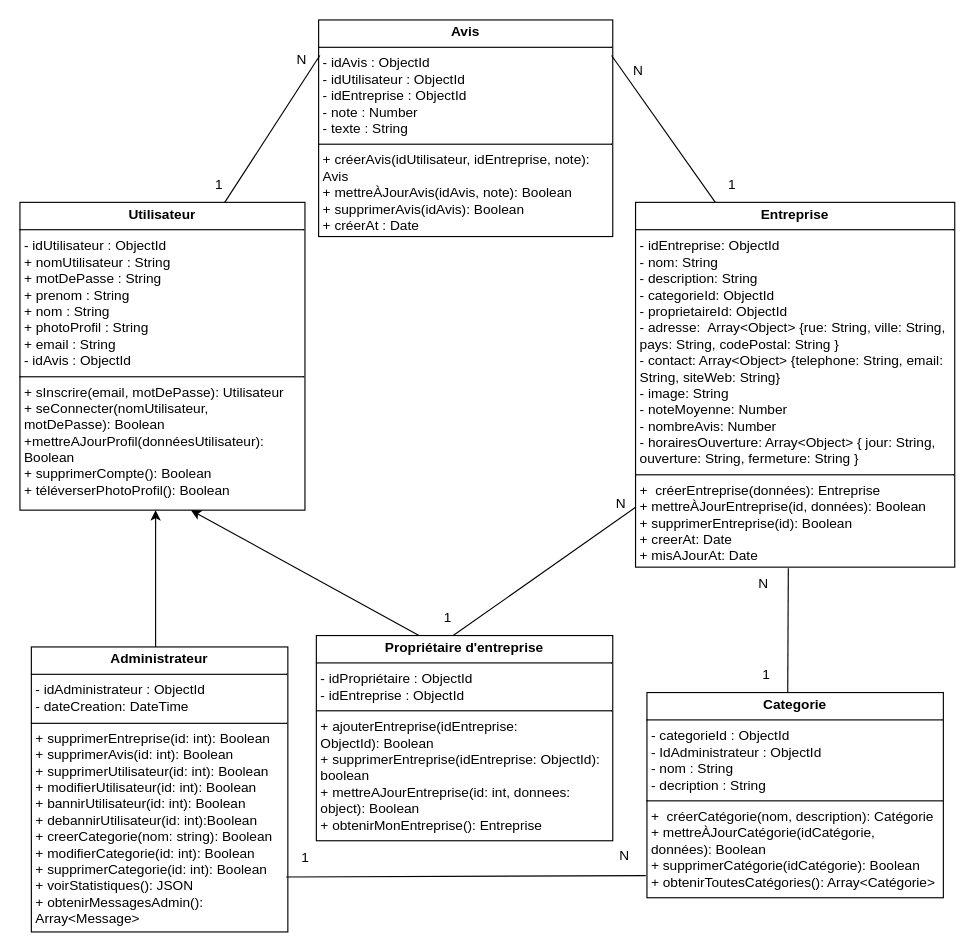
Earlier version of the draw.io diagram classdernier.drawio.drawio (Rahma3-sys/Searchgi). Source tidied: cells renumbered, new cells numbered last; positions are measured from the earlier drawing's top-left corner, leaving out a move shared by most shapes. Both pictures are drawn from the tidied source at 114%, with x=0, y=0 at pixel (19, 19).
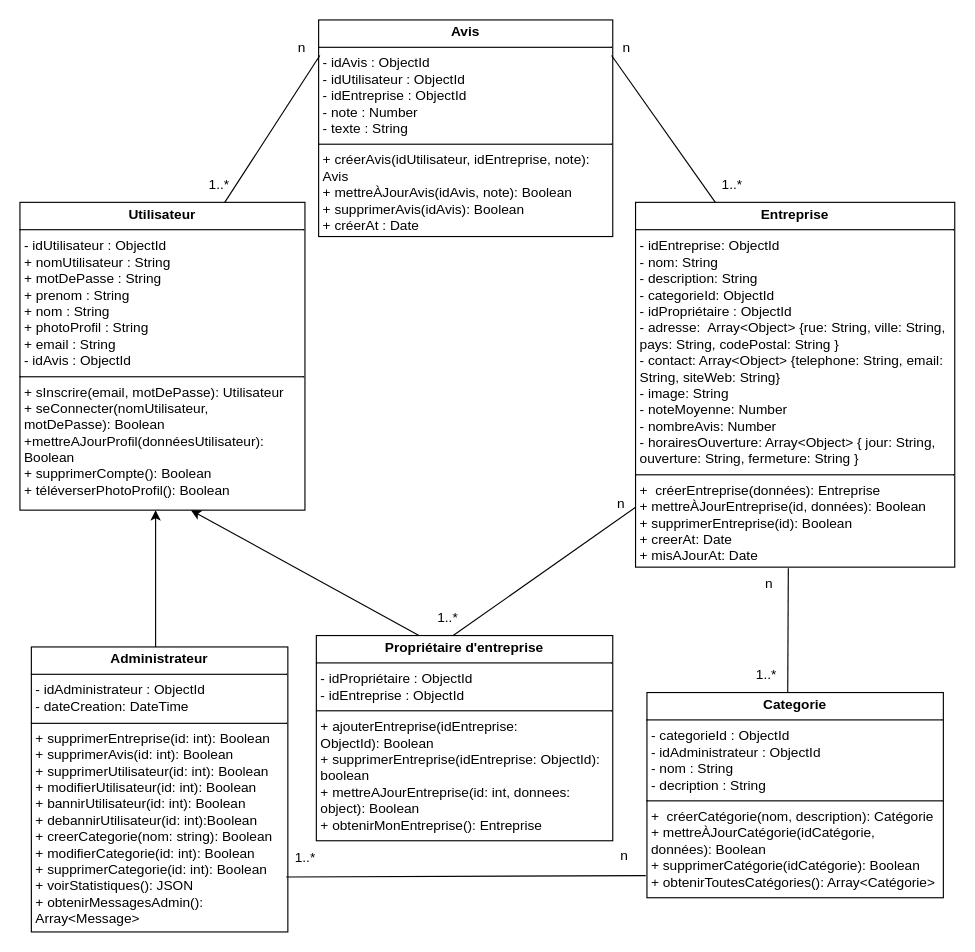
Above is the later version.

Commit message:
Mettre à jour classdernier.drawio.drawio

Change to the diagram source:
```diff
@@
-    <mxCell id="4" value="&lt;p style=&quot;margin:0px;margin-top:4px;text-align:center;&quot;&gt;&lt;b&gt;Categorie&lt;/b&gt;&lt;/p&gt;&lt;hr size=&quot;1&quot; style=&quot;border-style:solid;&quot;&gt;&lt;p style=&quot;margin:0px;margin-left:4px;&quot;&gt;- categorieId : ObjectId&lt;/p&gt;&lt;p style=&quot;margin:0px;margin-left:4px;&quot;&gt;-&amp;nbsp;&lt;span style=&quot;background-color: transparent; color: light-dark(rgb(0, 0, 0), rgb(255, 255, 255));&quot;&gt;IdA&lt;/span&gt;&lt;span style=&quot;background-color: transparent; color: light-dark(rgb(0, 0, 0), rgb(255, 255, 255));&quot;&gt;dministrateur : ObjectId&lt;/span&gt;&lt;/p&gt;&lt;p style=&quot;margin:0px;margin-left:4px;&quot;&gt;- nom : String&amp;nbsp;&lt;/p&gt;&lt;p style=&quot;margin:0px;margin-left:4px;&quot;&gt;- decription : String&amp;nbsp;&lt;/p&gt;&lt;hr size=&quot;1&quot; style=&quot;border-style:solid;&quot;&gt;&lt;p style=&quot;margin:0px;margin-left:4px;&quot;&gt;+&amp;nbsp;&lt;span style=&quot;background-color: transparent;&quot;&gt;&amp;nbsp;créerCatégorie(nom, description): Catégorie&lt;/span&gt;&lt;/p&gt;&lt;p style=&quot;margin:0px;margin-left:4px;&quot;&gt;+ mettreÀJourCatégorie(idCatégorie, données):&amp;nbsp;&lt;span style=&quot;background-color: transparent; color: light-dark(rgb(0, 0, 0), rgb(255, 255, 255));&quot;&gt;Boolean&amp;nbsp;&amp;nbsp;&lt;/span&gt;&lt;/p&gt;&lt;p style=&quot;margin:0px;margin-left:4px;&quot;&gt;+ supprimerCatégorie(idCatégorie):&amp;nbsp;&lt;span style=&quot;background-color: transparent; color: light-dark(rgb(0, 0, 0), rgb(255, 255, 255));&quot;&gt;Boolean&amp;nbsp;&amp;nbsp;&lt;/span&gt;&lt;/p&gt;&lt;p style=&quot;margin:0px;margin-left:4px;&quot;&gt;+ obtenirToutesCatégories(): Array&amp;lt;Catégorie&amp;gt;&lt;/p&gt;" style="verticalAlign=top;align=left;overflow=fill;html=1;whiteSpace=wrap;" parent="1" vertex="1">
+    <mxCell id="4" value="&lt;p style=&quot;margin:0px;margin-top:4px;text-align:center;&quot;&gt;&lt;b&gt;Categorie&lt;/b&gt;&lt;/p&gt;&lt;hr size=&quot;1&quot; style=&quot;border-style:solid;&quot;&gt;&lt;p style=&quot;margin:0px;margin-left:4px;&quot;&gt;- categorieId : ObjectId&lt;/p&gt;&lt;p style=&quot;margin:0px;margin-left:4px;&quot;&gt;- i&lt;span style=&quot;background-color: transparent; color: light-dark(rgb(0, 0, 0), rgb(255, 255, 255));&quot;&gt;dA&lt;/span&gt;&lt;span style=&quot;background-color: transparent; color: light-dark(rgb(0, 0, 0), rgb(255, 255, 255));&quot;&gt;dministrateur : ObjectId&lt;/span&gt;&lt;/p&gt;&lt;p style=&quot;margin:0px;margin-left:4px;&quot;&gt;- nom : String&amp;nbsp;&lt;/p&gt;&lt;p style=&quot;margin:0px;margin-left:4px;&quot;&gt;- decription : String&amp;nbsp;&lt;/p&gt;&lt;hr size=&quot;1&quot; style=&quot;border-style:solid;&quot;&gt;&lt;p style=&quot;margin:0px;margin-left:4px;&quot;&gt;+&amp;nbsp;&lt;span style=&quot;background-color: transparent;&quot;&gt;&amp;nbsp;créerCatégorie(nom, description): Catégorie&lt;/span&gt;&lt;/p&gt;&lt;p style=&quot;margin:0px;margin-left:4px;&quot;&gt;+ mettreÀJourCatégorie(idCatégorie, données):&amp;nbsp;&lt;span style=&quot;background-color: transparent; color: light-dark(rgb(0, 0, 0), rgb(255, 255, 255));&quot;&gt;Boolean&amp;nbsp;&amp;nbsp;&lt;/span&gt;&lt;/p&gt;&lt;p style=&quot;margin:0px;margin-left:4px;&quot;&gt;+ supprimerCatégorie(idCatégorie):&amp;nbsp;&lt;span style=&quot;background-color: transparent; color: light-dark(rgb(0, 0, 0), rgb(255, 255, 255));&quot;&gt;Boolean&amp;nbsp;&amp;nbsp;&lt;/span&gt;&lt;/p&gt;&lt;p style=&quot;margin:0px;margin-left:4px;&quot;&gt;+ obtenirToutesCatégories(): Array&amp;lt;Catégorie&amp;gt;&lt;/p&gt;" style="verticalAlign=top;align=left;overflow=fill;html=1;whiteSpace=wrap;" parent="1" vertex="1">
       <mxGeometry x="550" y="590" width="260" height="180" as="geometry" />
     </mxCell>
-    <mxCell id="5" value="&lt;p style=&quot;margin:0px;margin-top:4px;text-align:center;&quot;&gt;&lt;b&gt;Entreprise&lt;/b&gt;&lt;/p&gt;&lt;hr size=&quot;1&quot; style=&quot;border-style:solid;&quot;&gt;&lt;p style=&quot;margin:0px;margin-left:4px;&quot;&gt;&lt;span style=&quot;background-color: transparent;&quot;&gt;- idEntreprise: ObjectId&amp;nbsp; &amp;nbsp; &amp;nbsp; &amp;nbsp; &amp;nbsp; &amp;nbsp; &amp;nbsp; &amp;nbsp;&amp;nbsp;&lt;/span&gt;&lt;/p&gt;&lt;p style=&quot;margin:0px;margin-left:4px;&quot;&gt;- nom: String&amp;nbsp; &amp;nbsp; &amp;nbsp; &amp;nbsp; &amp;nbsp; &amp;nbsp; &amp;nbsp; &amp;nbsp; &amp;nbsp;&amp;nbsp;&lt;/p&gt;&lt;p style=&quot;margin:0px;margin-left:4px;&quot;&gt;- description: String&amp;nbsp; &amp;nbsp; &amp;nbsp; &amp;nbsp; &amp;nbsp;&amp;nbsp;&lt;/p&gt;&lt;p style=&quot;margin:0px;margin-left:4px;&quot;&gt;- categorieId: ObjectId&lt;/p&gt;&lt;p style=&quot;margin:0px;margin-left:4px;&quot;&gt;- proprietaireId: ObjectId&lt;/p&gt;&lt;p style=&quot;margin:0px;margin-left:4px;&quot;&gt;- adresse:&amp;nbsp; Array&amp;lt;Object&amp;gt; {rue: String, ville: String, pays: String, codePostal: String }&lt;/p&gt;&lt;p style=&quot;margin:0px;margin-left:4px;&quot;&gt;- contact: Array&amp;lt;Object&amp;gt; {telephone: String, email: String, siteWeb: String}&lt;/p&gt;&lt;p style=&quot;margin:0px;margin-left:4px;&quot;&gt;- image: String&lt;/p&gt;&lt;p style=&quot;margin:0px;margin-left:4px;&quot;&gt;- noteMoyenne: Number&lt;/p&gt;&lt;p style=&quot;margin:0px;margin-left:4px;&quot;&gt;- nombreAvis: Number&lt;/p&gt;&lt;p style=&quot;margin:0px;margin-left:4px;&quot;&gt;- horairesOuverture: Array&amp;lt;Object&amp;gt; { jour: String, ouverture: String, fermeture: String }&lt;br&gt;&lt;/p&gt;&lt;hr size=&quot;1&quot; style=&quot;border-style:solid;&quot;&gt;&lt;p style=&quot;margin:0px;margin-left:4px;&quot;&gt;+&amp;nbsp;&lt;span style=&quot;background-color: transparent;&quot;&gt;&amp;nbsp;créer&lt;/span&gt;Entreprise&lt;span style=&quot;background-color: transparent;&quot;&gt;(données):&amp;nbsp;&lt;/span&gt;&lt;span style=&quot;background-color: transparent; color: light-dark(rgb(0, 0, 0), rgb(255, 255, 255));&quot;&gt;Entreprise&lt;/span&gt;&lt;/p&gt;&lt;p style=&quot;margin:0px;margin-left:4px;&quot;&gt;+ mettreÀJourEntreprise(id, données):&amp;nbsp;&lt;span style=&quot;background-color: transparent; color: light-dark(rgb(0, 0, 0), rgb(255, 255, 255));&quot;&gt;Boolean&amp;nbsp;&amp;nbsp;&lt;/span&gt;&lt;/p&gt;&lt;p style=&quot;margin:0px;margin-left:4px;&quot;&gt;+ supprimerEntreprise(id):&amp;nbsp;&lt;span style=&quot;background-color: transparent; color: light-dark(rgb(0, 0, 0), rgb(255, 255, 255));&quot;&gt;Boolean&amp;nbsp;&amp;nbsp;&lt;/span&gt;&lt;/p&gt;&lt;p style=&quot;margin:0px;margin-left:4px;&quot;&gt;&lt;span style=&quot;background-color: transparent; color: light-dark(rgb(0, 0, 0), rgb(255, 255, 255));&quot;&gt;+ creerAt: Date&lt;/span&gt;&lt;/p&gt;&lt;p style=&quot;margin: 0px 0px 0px 4px;&quot;&gt;&lt;span style=&quot;background-color: transparent; color: light-dark(rgb(0, 0, 0), rgb(255, 255, 255));&quot;&gt;+ misAJourAt: Date&amp;nbsp; &amp;nbsp;&lt;/span&gt;&lt;/p&gt;" style="verticalAlign=top;align=left;overflow=fill;html=1;whiteSpace=wrap;" parent="1" vertex="1">
+    <mxCell id="5" value="&lt;p style=&quot;margin:0px;margin-top:4px;text-align:center;&quot;&gt;&lt;b&gt;Entreprise&lt;/b&gt;&lt;/p&gt;&lt;hr size=&quot;1&quot; style=&quot;border-style:solid;&quot;&gt;&lt;p style=&quot;margin:0px;margin-left:4px;&quot;&gt;&lt;span style=&quot;background-color: transparent;&quot;&gt;- idEntreprise: ObjectId&amp;nbsp; &amp;nbsp; &amp;nbsp; &amp;nbsp; &amp;nbsp; &amp;nbsp; &amp;nbsp; &amp;nbsp;&amp;nbsp;&lt;/span&gt;&lt;/p&gt;&lt;p style=&quot;margin:0px;margin-left:4px;&quot;&gt;- nom: String&amp;nbsp; &amp;nbsp; &amp;nbsp; &amp;nbsp; &amp;nbsp; &amp;nbsp; &amp;nbsp; &amp;nbsp; &amp;nbsp;&amp;nbsp;&lt;/p&gt;&lt;p style=&quot;margin:0px;margin-left:4px;&quot;&gt;- description: String&amp;nbsp; &amp;nbsp; &amp;nbsp; &amp;nbsp; &amp;nbsp;&amp;nbsp;&lt;/p&gt;&lt;p style=&quot;margin:0px;margin-left:4px;&quot;&gt;- categorieId: ObjectId&lt;/p&gt;&lt;p style=&quot;margin:0px;margin-left:4px;&quot;&gt;- idPropriétaire&amp;nbsp;: ObjectId&lt;/p&gt;&lt;p style=&quot;margin:0px;margin-left:4px;&quot;&gt;- adresse:&amp;nbsp; Array&amp;lt;Object&amp;gt; {rue: String, ville: String, pays: String, codePostal: String }&lt;/p&gt;&lt;p style=&quot;margin:0px;margin-left:4px;&quot;&gt;- contact: Array&amp;lt;Object&amp;gt; {telephone: String, email: String, siteWeb: String}&lt;/p&gt;&lt;p style=&quot;margin:0px;margin-left:4px;&quot;&gt;- image: String&lt;/p&gt;&lt;p style=&quot;margin:0px;margin-left:4px;&quot;&gt;- noteMoyenne: Number&lt;/p&gt;&lt;p style=&quot;margin:0px;margin-left:4px;&quot;&gt;- nombreAvis: Number&lt;/p&gt;&lt;p style=&quot;margin:0px;margin-left:4px;&quot;&gt;- horairesOuverture: Array&amp;lt;Object&amp;gt; { jour: String, ouverture: String, fermeture: String }&lt;br&gt;&lt;/p&gt;&lt;hr size=&quot;1&quot; style=&quot;border-style:solid;&quot;&gt;&lt;p style=&quot;margin:0px;margin-left:4px;&quot;&gt;+&amp;nbsp;&lt;span style=&quot;background-color: transparent;&quot;&gt;&amp;nbsp;créer&lt;/span&gt;Entreprise&lt;span style=&quot;background-color: transparent;&quot;&gt;(données):&amp;nbsp;&lt;/span&gt;&lt;span style=&quot;background-color: transparent; color: light-dark(rgb(0, 0, 0), rgb(255, 255, 255));&quot;&gt;Entreprise&lt;/span&gt;&lt;/p&gt;&lt;p style=&quot;margin:0px;margin-left:4px;&quot;&gt;+ mettreÀJourEntreprise(id, données):&amp;nbsp;&lt;span style=&quot;background-color: transparent; color: light-dark(rgb(0, 0, 0), rgb(255, 255, 255));&quot;&gt;Boolean&amp;nbsp;&amp;nbsp;&lt;/span&gt;&lt;/p&gt;&lt;p style=&quot;margin:0px;margin-left:4px;&quot;&gt;+ supprimerEntreprise(id):&amp;nbsp;&lt;span style=&quot;background-color: transparent; color: light-dark(rgb(0, 0, 0), rgb(255, 255, 255));&quot;&gt;Boolean&amp;nbsp;&amp;nbsp;&lt;/span&gt;&lt;/p&gt;&lt;p style=&quot;margin:0px;margin-left:4px;&quot;&gt;&lt;span style=&quot;background-color: transparent; color: light-dark(rgb(0, 0, 0), rgb(255, 255, 255));&quot;&gt;+ creerAt: Date&lt;/span&gt;&lt;/p&gt;&lt;p style=&quot;margin: 0px 0px 0px 4px;&quot;&gt;&lt;span style=&quot;background-color: transparent; color: light-dark(rgb(0, 0, 0), rgb(255, 255, 255));&quot;&gt;+ misAJourAt: Date&amp;nbsp; &amp;nbsp;&lt;/span&gt;&lt;/p&gt;" style="verticalAlign=top;align=left;overflow=fill;html=1;whiteSpace=wrap;" parent="1" vertex="1">
       <mxGeometry x="540" y="160" width="280" height="320" as="geometry" />
     </mxCell>
@@
-    <mxCell id="9" value="1" style="text;html=1;align=center;verticalAlign=middle;whiteSpace=wrap;rounded=0;" parent="1" vertex="1">
+    <mxCell id="9" value="1..*" style="text;html=1;align=center;verticalAlign=middle;whiteSpace=wrap;rounded=0;" parent="1" vertex="1">
       <mxGeometry x="640" y="560" width="30" height="30" as="geometry" />
     </mxCell>
@@
-    <mxCell id="11" value="N" style="text;html=1;align=center;verticalAlign=middle;whiteSpace=wrap;rounded=0;" parent="1" vertex="1">
-      <mxGeometry x="640" y="480" width="25" height="30" as="geometry" />
+    <mxCell id="11" value="n" style="text;html=1;align=center;verticalAlign=middle;whiteSpace=wrap;rounded=0;" parent="1" vertex="1">
+      <mxGeometry x="645" y="480" width="25" height="30" as="geometry" />
     </mxCell>
-    <mxCell id="12" value="N" style="text;html=1;align=center;verticalAlign=middle;whiteSpace=wrap;rounded=0;" parent="1" vertex="1">
-      <mxGeometry x="235" y="20" width="25" height="30" as="geometry" />
+    <mxCell id="12" value="n" style="text;html=1;align=center;verticalAlign=middle;whiteSpace=wrap;rounded=0;" parent="1" vertex="1">
+      <mxGeometry x="235" y="10" width="25" height="30" as="geometry" />
     </mxCell>
-    <mxCell id="13" value="N" style="text;html=1;align=center;verticalAlign=middle;whiteSpace=wrap;rounded=0;" parent="1" vertex="1">
-      <mxGeometry x="530" y="30" width="25" height="30" as="geometry" />
+    <mxCell id="13" value="n" style="text;html=1;align=center;verticalAlign=middle;whiteSpace=wrap;rounded=0;" parent="1" vertex="1">
+      <mxGeometry x="520" y="10" width="25" height="30" as="geometry" />
     </mxCell>
-    <mxCell id="14" value="N" style="text;html=1;align=center;verticalAlign=middle;whiteSpace=wrap;rounded=0;" parent="1" vertex="1">
+    <mxCell id="14" value="n" style="text;html=1;align=center;verticalAlign=middle;whiteSpace=wrap;rounded=0;" parent="1" vertex="1">
       <mxGeometry x="515" y="410" width="25" height="30" as="geometry" />
     </mxCell>
-    <mxCell id="15" value="1" style="text;html=1;align=center;verticalAlign=middle;whiteSpace=wrap;rounded=0;" parent="1" vertex="1">
+    <mxCell id="15" value="1..*" style="text;html=1;align=center;verticalAlign=middle;whiteSpace=wrap;rounded=0;" parent="1" vertex="1">
       <mxGeometry x="160" y="130" width="30" height="30" as="geometry" />
     </mxCell>
-    <mxCell id="16" value="1" style="text;html=1;align=center;verticalAlign=middle;whiteSpace=wrap;rounded=0;" parent="1" vertex="1">
+    <mxCell id="16" value="1..*" style="text;html=1;align=center;verticalAlign=middle;whiteSpace=wrap;rounded=0;" parent="1" vertex="1">
       <mxGeometry x="610" y="130" width="30" height="30" as="geometry" />
     </mxCell>
@@
-    <mxCell id="21" value="1" style="text;html=1;align=center;verticalAlign=middle;strokeColor=none;fillColor=none;" parent="1" vertex="1">
-      <mxGeometry x="360" y="510" width="30" height="30" as="geometry" />
+    <mxCell id="21" value="&lt;span style=&quot;text-wrap-mode: wrap;&quot;&gt;1..*&lt;/span&gt;" style="text;html=1;align=center;verticalAlign=middle;strokeColor=none;fillColor=none;" parent="1" vertex="1">
+      <mxGeometry x="355" y="510" width="40" height="30" as="geometry" />
     </mxCell>
@@
-    <mxCell id="23" value="1" style="text;html=1;align=center;verticalAlign=middle;strokeColor=none;fillColor=none;" parent="1" vertex="1">
-      <mxGeometry x="235" y="720" width="30" height="30" as="geometry" />
+    <mxCell id="23" value="&lt;span style=&quot;text-wrap-mode: wrap;&quot;&gt;1..*&lt;/span&gt;" style="text;html=1;align=center;verticalAlign=middle;strokeColor=none;fillColor=none;" parent="1" vertex="1">
+      <mxGeometry x="230" y="720" width="40" height="30" as="geometry" />
     </mxCell>
-    <mxCell id="24" value="N" style="text;html=1;align=center;verticalAlign=middle;strokeColor=none;fillColor=none;" parent="1" vertex="1">
+    <mxCell id="24" value="n" style="text;html=1;align=center;verticalAlign=middle;strokeColor=none;fillColor=none;" parent="1" vertex="1">
       <mxGeometry x="515" y="718" width="30" height="30" as="geometry" />
     </mxCell>
```
